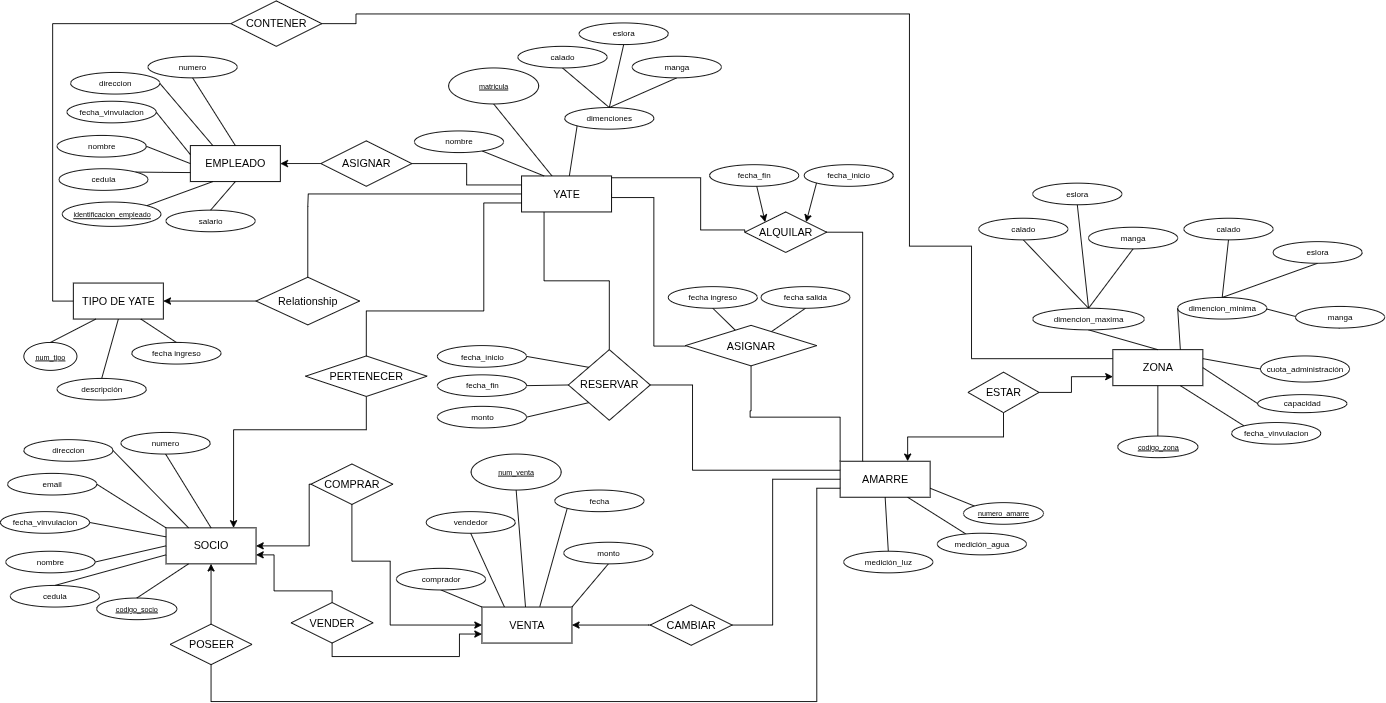
This is docs/img/diagrams-ER.png from XhuaShell/projet_management_yacht_system, a draw.io export, as it was before one commit. Source tidied: cells renumbered, new cells last; positions are measured from the earlier drawing's top-left corner, leaving out a move shared by most shapes.
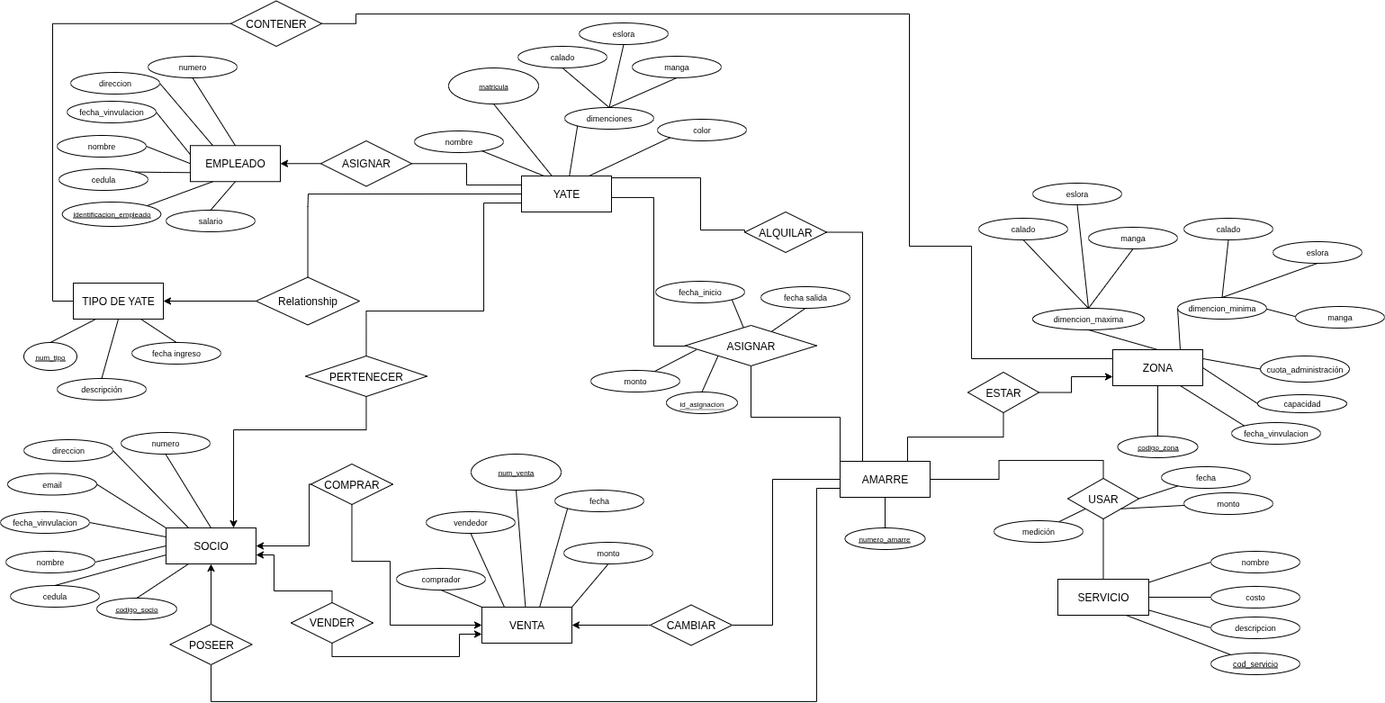
The same diagram one commit later.

Diff of the diagram source:
```diff
@@ -6,9 +6,7 @@
       <mxGeometry relative="1" as="geometry">
         <Array as="points">
           <mxPoint x="933" y="462" />
-          <mxPoint x="833" y="462" />
-          <mxPoint x="833" y="455" />
-          <mxPoint x="834" y="455" />
+          <mxPoint x="834" y="462" />
         </Array>
       </mxGeometry>
     </mxCell>
@@ -34,7 +32,7 @@
     <mxCell id="6" value="COMPRAR" style="shape=rhombus;perimeter=rhombusPerimeter;whiteSpace=wrap;html=1;align=center;" parent="1" vertex="1">
       <mxGeometry x="345" y="514" width="91" height="45" as="geometry" />
     </mxCell>
-    <mxCell id="7" style="rounded=0;jettySize=auto;html=1;entryX=0.5;entryY=1;entryDx=0;entryDy=0;endArrow=none;endFill=0;" parent="1" edge="1" source="9" target="47">
+    <mxCell id="7" style="rounded=0;jettySize=auto;html=1;endArrow=none;endFill=0;entryX=1;entryY=1;entryDx=0;entryDy=0;" parent="1" edge="1" source="9" target="137">
       <mxGeometry relative="1" as="geometry" />
     </mxCell>
     <mxCell id="8" style="rounded=0;jettySize=auto;html=1;entryX=0.5;entryY=1;entryDx=0;entryDy=0;endArrow=none;endFill=0;" parent="1" edge="1" source="9" target="48">
@@ -49,7 +47,7 @@
     <mxCell id="11" value="ASIGNAR" style="shape=rhombus;perimeter=rhombusPerimeter;whiteSpace=wrap;html=1;align=center;" parent="1" vertex="1">
       <mxGeometry x="356" y="155" width="101" height="50.5" as="geometry" />
     </mxCell>
-    <mxCell id="12" style="edgeStyle=orthogonalEdgeStyle;rounded=0;jettySize=auto;html=1;endArrow=classic;endFill=1;entryX=0.75;entryY=0;entryDx=0;entryDy=0;exitX=0.5;exitY=1;exitDx=0;exitDy=0;" parent="1" edge="1" source="133" target="26">
+    <mxCell id="12" style="edgeStyle=orthogonalEdgeStyle;rounded=0;jettySize=auto;html=1;endArrow=none;endFill=0;entryX=0.75;entryY=0;entryDx=0;entryDy=0;exitX=0.5;exitY=1;exitDx=0;exitDy=0;" parent="1" edge="1" source="133" target="26">
       <mxGeometry relative="1" as="geometry">
         <Array as="points">
           <mxPoint x="1115" y="484" />
@@ -57,7 +55,7 @@
         </Array>
       </mxGeometry>
     </mxCell>
-    <mxCell id="13" style="edgeStyle=orthogonalEdgeStyle;rounded=0;jettySize=auto;html=1;entryX=0;entryY=0.75;entryDx=0;entryDy=0;exitX=1;exitY=0.5;exitDx=0;exitDy=0;" parent="1" edge="1" source="133" target="40">
+    <mxCell id="13" style="edgeStyle=orthogonalEdgeStyle;rounded=0;jettySize=auto;html=1;entryX=0;entryY=0.75;entryDx=0;entryDy=0;exitX=1;exitY=0.5;exitDx=0;exitDy=0;endArrow=classic;endFill=1;" parent="1" edge="1" source="133" target="40">
       <mxGeometry relative="1" as="geometry">
         <Array as="points">
           <mxPoint x="1190" y="434" />
@@ -118,9 +116,6 @@
     <mxCell id="21" value="TIPO DE YATE" style="whiteSpace=wrap;html=1;align=center;" parent="1" vertex="1">
       <mxGeometry x="81" y="313" width="100" height="40" as="geometry" />
     </mxCell>
-    <mxCell id="22" style="edgeStyle=orthogonalEdgeStyle;rounded=0;jettySize=auto;html=1;exitX=0.25;exitY=1;exitDx=0;exitDy=0;entryX=0.5;entryY=0;entryDx=0;entryDy=0;endArrow=none;endFill=0;" parent="1" edge="1" source="25" target="140">
-      <mxGeometry relative="1" as="geometry" />
-    </mxCell>
     <mxCell id="23" style="rounded=0;jettySize=auto;html=1;entryX=0.5;entryY=1;entryDx=0;entryDy=0;endArrow=none;endFill=0;" parent="1" edge="1" source="25" target="66">
       <mxGeometry relative="1" as="geometry" />
     </mxCell>
@@ -130,6 +125,9 @@
     <mxCell id="25" value="YATE" style="whiteSpace=wrap;html=1;align=center;" parent="1" vertex="1">
       <mxGeometry x="579" y="194" width="100" height="40" as="geometry" />
     </mxCell>
+    <mxCell id="145" style="edgeStyle=orthogonalEdgeStyle;rounded=0;jettySize=auto;html=1;entryX=0.5;entryY=0;entryDx=0;entryDy=0;endArrow=none;endFill=0;" parent="1" edge="1" source="26" target="154">
+      <mxGeometry relative="1" as="geometry" />
+    </mxCell>
     <mxCell id="26" value="AMARRE" style="whiteSpace=wrap;html=1;align=center;" parent="1" vertex="1">
       <mxGeometry x="933" y="511" width="100" height="40" as="geometry" />
     </mxCell>
@@ -210,14 +208,6 @@
     <mxCell id="43" value="PERTENECER" style="shape=rhombus;perimeter=rhombusPerimeter;whiteSpace=wrap;html=1;align=center;" parent="1" vertex="1">
       <mxGeometry x="339" y="394" width="135" height="45" as="geometry" />
     </mxCell>
-    <mxCell id="44" style="edgeStyle=orthogonalEdgeStyle;rounded=0;jettySize=auto;html=1;entryX=0;entryY=0.25;entryDx=0;entryDy=0;endArrow=none;endFill=0;exitX=1;exitY=0.5;exitDx=0;exitDy=0;" parent="1" edge="1" source="140" target="26">
-      <mxGeometry relative="1" as="geometry">
-        <Array as="points">
-          <mxPoint x="769" y="426" />
-          <mxPoint x="769" y="521" />
-        </Array>
-      </mxGeometry>
-    </mxCell>
     <mxCell id="45" style="edgeStyle=orthogonalEdgeStyle;rounded=0;jettySize=auto;html=1;exitX=0.5;exitY=1;exitDx=0;exitDy=0;entryX=0;entryY=0.75;entryDx=0;entryDy=0;endArrow=none;endFill=0;" parent="1" edge="1" source="46" target="26">
       <mxGeometry relative="1" as="geometry">
         <Array as="points">
@@ -230,9 +220,6 @@
     <mxCell id="46" value="POSEER" style="shape=rhombus;perimeter=rhombusPerimeter;whiteSpace=wrap;html=1;align=center;" parent="1" vertex="1">
       <mxGeometry x="188.5" y="692" width="91" height="45" as="geometry" />
     </mxCell>
-    <mxCell id="47" value="fecha ingreso" style="ellipse;whiteSpace=wrap;html=1;align=center;fontSize=9;" parent="1" vertex="1">
-      <mxGeometry x="742" y="317" width="99" height="24" as="geometry" />
-    </mxCell>
     <mxCell id="48" value="fecha salida" style="ellipse;whiteSpace=wrap;html=1;align=center;fontSize=9;" parent="1" vertex="1">
       <mxGeometry x="845" y="317" width="99" height="24" as="geometry" />
     </mxCell>
@@ -478,17 +465,11 @@
     <mxCell id="122" style="rounded=0;jettySize=auto;html=1;entryX=0.5;entryY=0;entryDx=0;entryDy=0;endArrow=none;endFill=0;exitX=0.5;exitY=1;exitDx=0;exitDy=0;" parent="1" edge="1" source="38" target="121">
       <mxGeometry relative="1" as="geometry" />
     </mxCell>
-    <mxCell id="123" style="rounded=0;jettySize=auto;html=1;entryX=0.75;entryY=1;entryDx=0;entryDy=0;endArrow=none;endFill=0;" parent="1" edge="1" source="124" target="26">
-      <mxGeometry relative="1" as="geometry" />
-    </mxCell>
-    <mxCell id="124" value="&lt;span style=&quot;color: rgb(0, 0, 0); font-family: Helvetica; font-size: 9px; font-style: normal; font-variant-ligatures: normal; font-variant-caps: normal; letter-spacing: normal; orphans: 2; text-align: center; text-indent: 0px; text-transform: none; widows: 2; word-spacing: 0px; -webkit-text-stroke-width: 0px; white-space: normal; text-decoration-thickness: initial; text-decoration-style: initial; text-decoration-color: initial; float: none; background-color: light-dark(rgb(255, 255, 255), rgb(34, 34, 34)); display: inline !important;&quot;&gt;medición_agua&lt;/span&gt;" style="ellipse;whiteSpace=wrap;html=1;align=center;fontSize=9;fontStyle=0;" parent="1" vertex="1">
-      <mxGeometry x="1041" y="591" width="99" height="24" as="geometry" />
-    </mxCell>
-    <mxCell id="125" style="rounded=0;jettySize=auto;html=1;exitX=0;exitY=0;exitDx=0;exitDy=0;entryX=1;entryY=0.75;entryDx=0;entryDy=0;endArrow=none;endFill=0;" parent="1" edge="1" source="126" target="26">
+    <mxCell id="125" style="rounded=0;jettySize=auto;html=1;exitX=0.5;exitY=0;exitDx=0;exitDy=0;entryX=0.5;entryY=1;entryDx=0;entryDy=0;endArrow=none;endFill=0;" parent="1" edge="1" source="126" target="26">
       <mxGeometry relative="1" as="geometry" />
     </mxCell>
     <mxCell id="126" value="numero_amarre" style="ellipse;whiteSpace=wrap;html=1;align=center;fontStyle=4;fontSize=8;" parent="1" vertex="1">
-      <mxGeometry x="1070" y="557" width="89" height="24" as="geometry" />
+      <mxGeometry x="938.5" y="585" width="89" height="24" as="geometry" />
     </mxCell>
     <mxCell id="127" value="cuota_administración" style="ellipse;whiteSpace=wrap;html=1;align=center;fontSize=9;" parent="1" vertex="1">
       <mxGeometry x="1400" y="394" width="99" height="29" as="geometry" />
@@ -502,47 +483,80 @@
     <mxCell id="130" style="rounded=0;jettySize=auto;html=1;entryX=0;entryY=0.5;entryDx=0;entryDy=0;endArrow=none;endFill=0;exitX=1;exitY=0.5;exitDx=0;exitDy=0;" parent="1" edge="1" source="40" target="129">
       <mxGeometry relative="1" as="geometry" />
     </mxCell>
-    <mxCell id="131" style="rounded=0;jettySize=auto;html=1;exitX=0.5;exitY=0;exitDx=0;exitDy=0;entryX=0.5;entryY=1;entryDx=0;entryDy=0;endArrow=none;endFill=0;" parent="1" edge="1" source="132" target="26">
-      <mxGeometry relative="1" as="geometry" />
-    </mxCell>
-    <mxCell id="132" value="&lt;span style=&quot;color: rgb(0, 0, 0); font-family: Helvetica; font-size: 9px; font-style: normal; font-variant-ligatures: normal; font-variant-caps: normal; letter-spacing: normal; orphans: 2; text-align: center; text-indent: 0px; text-transform: none; widows: 2; word-spacing: 0px; -webkit-text-stroke-width: 0px; white-space: normal; text-decoration-thickness: initial; text-decoration-style: initial; text-decoration-color: initial; float: none; background-color: light-dark(rgb(255, 255, 255), rgb(34, 34, 34)); display: inline !important;&quot;&gt;medición_luz&lt;/span&gt;" style="ellipse;whiteSpace=wrap;html=1;align=center;fontSize=9;fontStyle=0;" parent="1" vertex="1">
-      <mxGeometry x="937" y="611" width="99" height="24" as="geometry" />
-    </mxCell>
     <mxCell id="133" value="ESTAR" style="shape=rhombus;perimeter=rhombusPerimeter;whiteSpace=wrap;html=1;align=center;" parent="1" vertex="1">
       <mxGeometry x="1075" y="412" width="79" height="45" as="geometry" />
     </mxCell>
-    <mxCell id="134" style="rounded=0;jettySize=auto;html=1;endArrow=none;endFill=0;entryX=1;entryY=0.5;entryDx=0;entryDy=0;exitX=0;exitY=0;exitDx=0;exitDy=0;" parent="1" edge="1" source="140" target="137">
-      <mxGeometry relative="1" as="geometry" />
-    </mxCell>
-    <mxCell id="135" style="rounded=0;jettySize=auto;html=1;exitX=0;exitY=1;exitDx=0;exitDy=0;entryX=1;entryY=0.5;entryDx=0;entryDy=0;endArrow=none;endFill=0;" parent="1" edge="1" source="140" target="136">
-      <mxGeometry relative="1" as="geometry" />
-    </mxCell>
     <mxCell id="136" value="monto" style="ellipse;whiteSpace=wrap;html=1;align=center;fontSize=9;" parent="1" vertex="1">
-      <mxGeometry x="485.5" y="450" width="99" height="24" as="geometry" />
+      <mxGeometry x="656" y="410" width="99" height="24" as="geometry" />
     </mxCell>
+    <mxCell id="146" style="rounded=0;jettySize=auto;html=1;entryX=0;entryY=0.5;entryDx=0;entryDy=0;endArrow=none;endFill=0;" parent="1" edge="1" source="149" target="151">
+      <mxGeometry relative="1" as="geometry" />
+    </mxCell>
+    <mxCell id="147" style="rounded=0;jettySize=auto;html=1;entryX=0;entryY=0.5;entryDx=0;entryDy=0;endArrow=none;endFill=0;" parent="1" edge="1" source="149" target="150">
+      <mxGeometry relative="1" as="geometry" />
+    </mxCell>
+    <mxCell id="148" style="rounded=0;jettySize=auto;html=1;entryX=0;entryY=0.5;entryDx=0;entryDy=0;endArrow=none;endFill=0;" parent="1" edge="1" source="149" target="152">
+      <mxGeometry relative="1" as="geometry" />
+    </mxCell>
+    <mxCell id="149" value="SERVICIO" style="whiteSpace=wrap;html=1;align=center;" parent="1" vertex="1">
+      <mxGeometry x="1175" y="642" width="101" height="40" as="geometry" />
+    </mxCell>
+    <mxCell id="150" value="&lt;span style=&quot;background-color: rgb(255, 255, 255);&quot;&gt;costo&lt;/span&gt;" style="ellipse;whiteSpace=wrap;html=1;align=center;fontSize=9;fontStyle=0;" parent="1" vertex="1">
+      <mxGeometry x="1345" y="650" width="99" height="24" as="geometry" />
+    </mxCell>
+    <mxCell id="151" value="&lt;span style=&quot;color: rgb(0, 0, 0); font-family: Helvetica; font-size: 9px; font-style: normal; font-variant-ligatures: normal; font-variant-caps: normal; letter-spacing: normal; orphans: 2; text-align: center; text-indent: 0px; text-transform: none; widows: 2; word-spacing: 0px; -webkit-text-stroke-width: 0px; white-space: normal; text-decoration-thickness: initial; text-decoration-style: initial; text-decoration-color: initial; float: none; background-color: light-dark(rgb(255, 255, 255), rgb(34, 34, 34)); display: inline !important;&quot;&gt;nombre&lt;/span&gt;" style="ellipse;whiteSpace=wrap;html=1;align=center;fontSize=9;fontStyle=0;" parent="1" vertex="1">
+      <mxGeometry x="1345" y="611" width="99" height="24" as="geometry" />
+    </mxCell>
+    <mxCell id="152" value="&lt;span style=&quot;color: rgb(0, 0, 0); font-family: Helvetica; font-size: 9px; font-style: normal; font-variant-ligatures: normal; font-variant-caps: normal; letter-spacing: normal; orphans: 2; text-align: center; text-indent: 0px; text-transform: none; widows: 2; word-spacing: 0px; -webkit-text-stroke-width: 0px; white-space: normal; text-decoration-thickness: initial; text-decoration-style: initial; text-decoration-color: initial; float: none; background-color: light-dark(rgb(255, 255, 255), rgb(34, 34, 34)); display: inline !important;&quot;&gt;descripcion&lt;/span&gt;" style="ellipse;whiteSpace=wrap;html=1;align=center;fontSize=9;fontStyle=0;" parent="1" vertex="1">
+      <mxGeometry x="1345" y="684" width="99" height="24" as="geometry" />
+    </mxCell>
+    <mxCell id="153" style="edgeStyle=orthogonalEdgeStyle;rounded=0;jettySize=auto;html=1;exitX=0.5;exitY=1;exitDx=0;exitDy=0;entryX=0.5;entryY=0;entryDx=0;entryDy=0;endArrow=none;endFill=0;" parent="1" edge="1" source="154" target="149">
+      <mxGeometry relative="1" as="geometry" />
+    </mxCell>
+    <mxCell id="154" value="USAR" style="shape=rhombus;perimeter=rhombusPerimeter;whiteSpace=wrap;html=1;align=center;" parent="1" vertex="1">
+      <mxGeometry x="1186" y="530" width="79" height="45" as="geometry" />
+    </mxCell>
+    <mxCell id="155" style="rounded=0;jettySize=auto;html=1;entryX=0;entryY=1;entryDx=0;entryDy=0;endArrow=none;endFill=0;" parent="1" edge="1" source="156" target="154">
+      <mxGeometry relative="1" as="geometry" />
+    </mxCell>
+    <mxCell id="156" value="&lt;span style=&quot;color: rgb(0, 0, 0); font-family: Helvetica; font-size: 9px; font-style: normal; font-variant-ligatures: normal; font-variant-caps: normal; letter-spacing: normal; orphans: 2; text-align: center; text-indent: 0px; text-transform: none; widows: 2; word-spacing: 0px; -webkit-text-stroke-width: 0px; white-space: normal; text-decoration-thickness: initial; text-decoration-style: initial; text-decoration-color: initial; float: none; background-color: light-dark(rgb(255, 255, 255), rgb(34, 34, 34)); display: inline !important;&quot;&gt;medición&lt;/span&gt;" style="ellipse;whiteSpace=wrap;html=1;align=center;fontSize=9;fontStyle=0;" parent="1" vertex="1">
+      <mxGeometry x="1104" y="577" width="99" height="24" as="geometry" />
+    </mxCell>
+    <mxCell id="157" style="rounded=0;jettySize=auto;html=1;entryX=1;entryY=0.5;entryDx=0;entryDy=0;endArrow=none;endFill=0;" parent="1" edge="1" source="158" target="154">
+      <mxGeometry relative="1" as="geometry" />
+    </mxCell>
+    <mxCell id="158" value="&lt;span style=&quot;color: rgb(0, 0, 0); font-family: Helvetica; font-size: 9px; font-style: normal; font-variant-ligatures: normal; font-variant-caps: normal; letter-spacing: normal; orphans: 2; text-align: center; text-indent: 0px; text-transform: none; widows: 2; word-spacing: 0px; -webkit-text-stroke-width: 0px; white-space: normal; text-decoration-thickness: initial; text-decoration-style: initial; text-decoration-color: initial; float: none; background-color: light-dark(rgb(255, 255, 255), rgb(34, 34, 34)); display: inline !important;&quot;&gt;fecha&lt;/span&gt;" style="ellipse;whiteSpace=wrap;html=1;align=center;fontSize=9;fontStyle=0;" parent="1" vertex="1">
+      <mxGeometry x="1290" y="517" width="99" height="24" as="geometry" />
+    </mxCell>
+    <mxCell id="159" style="rounded=0;jettySize=auto;html=1;entryX=1;entryY=1;entryDx=0;entryDy=0;endArrow=none;endFill=0;" parent="1" edge="1" source="160" target="154">
+      <mxGeometry relative="1" as="geometry" />
+    </mxCell>
+    <mxCell id="160" value="&lt;span style=&quot;color: rgb(0, 0, 0); font-family: Helvetica; font-size: 9px; font-style: normal; font-variant-ligatures: normal; font-variant-caps: normal; letter-spacing: normal; orphans: 2; text-align: center; text-indent: 0px; text-transform: none; widows: 2; word-spacing: 0px; -webkit-text-stroke-width: 0px; white-space: normal; text-decoration-thickness: initial; text-decoration-style: initial; text-decoration-color: initial; float: none; background-color: light-dark(rgb(255, 255, 255), rgb(34, 34, 34)); display: inline !important;&quot;&gt;monto&lt;/span&gt;" style="ellipse;whiteSpace=wrap;html=1;align=center;fontSize=9;fontStyle=0;" parent="1" vertex="1">
+      <mxGeometry x="1315" y="546" width="99" height="24" as="geometry" />
+    </mxCell>
+    <mxCell id="161" value="color" style="ellipse;whiteSpace=wrap;html=1;align=center;fontSize=9;" parent="1" vertex="1">
+      <mxGeometry x="730" y="131" width="99" height="24" as="geometry" />
+    </mxCell>
+    <mxCell id="162" style="rounded=0;jettySize=auto;html=1;exitX=0.75;exitY=0;exitDx=0;exitDy=0;entryX=0;entryY=1;entryDx=0;entryDy=0;endArrow=none;endFill=0;" parent="1" edge="1" source="25" target="161">
+      <mxGeometry relative="1" as="geometry" />
+    </mxCell>
     <mxCell id="137" value="fecha_inicio" style="ellipse;whiteSpace=wrap;html=1;align=center;fontSize=9;" parent="1" vertex="1">
-      <mxGeometry x="485.5" y="382.5" width="99" height="24" as="geometry" />
+      <mxGeometry x="728" y="311" width="99" height="24" as="geometry" />
     </mxCell>
-    <mxCell id="138" value="fecha_fin" style="ellipse;whiteSpace=wrap;html=1;align=center;fontSize=9;" parent="1" vertex="1">
-      <mxGeometry x="485.5" y="415" width="99" height="24" as="geometry" />
-    </mxCell>
-    <mxCell id="139" style="rounded=0;jettySize=auto;html=1;entryX=1;entryY=0.5;entryDx=0;entryDy=0;endArrow=none;endFill=0;exitX=0;exitY=0.5;exitDx=0;exitDy=0;" parent="1" edge="1" source="140" target="138">
-      <mxGeometry relative="1" as="geometry" />
-    </mxCell>
-    <mxCell id="140" value="RESERVAR" style="shape=rhombus;perimeter=rhombusPerimeter;whiteSpace=wrap;html=1;align=center;" parent="1" vertex="1">
-      <mxGeometry x="631" y="387" width="91" height="78.5" as="geometry" />
-    </mxCell>
-    <mxCell id="141" style="rounded=0;jettySize=auto;html=1;entryX=0;entryY=0;entryDx=0;entryDy=0;" parent="1" edge="1" source="142" target="15">
-      <mxGeometry relative="1" as="geometry" />
-    </mxCell>
-    <mxCell id="142" value="fecha_fin" style="ellipse;whiteSpace=wrap;html=1;align=center;fontSize=9;" parent="1" vertex="1">
-      <mxGeometry x="788" y="181.5" width="99" height="24" as="geometry" />
-    </mxCell>
-    <mxCell id="143" style="rounded=0;jettySize=auto;html=1;entryX=1;entryY=0;entryDx=0;entryDy=0;exitX=0;exitY=1;exitDx=0;exitDy=0;" parent="1" edge="1" source="144" target="15">
-      <mxGeometry relative="1" as="geometry" />
-    </mxCell>
-    <mxCell id="144" value="fecha_inicio" style="ellipse;whiteSpace=wrap;html=1;align=center;fontSize=9;" parent="1" vertex="1">
-      <mxGeometry x="893" y="181.5" width="99" height="24" as="geometry" />
-    </mxCell>
+    <mxCell id="163" style="rounded=0;jettySize=auto;html=1;entryX=0;entryY=1;entryDx=0;entryDy=0;endArrow=none;endFill=0;exitX=0.5;exitY=0;exitDx=0;exitDy=0;" parent="1" edge="1" source="165" target="9">
+      <mxGeometry relative="1" as="geometry" />
+    </mxCell>
+    <mxCell id="164" style="rounded=0;jettySize=auto;html=1;entryX=0.084;entryY=0.603;entryDx=0;entryDy=0;entryPerimeter=0;endArrow=none;endFill=0;" parent="1" edge="1" source="136" target="9">
+      <mxGeometry relative="1" as="geometry" />
+    </mxCell>
+    <mxCell id="165" value="&lt;span style=&quot;border-bottom: 1px dotted&quot;&gt;&lt;font style=&quot;font-size: 8px;&quot;&gt;id_asignacion&lt;/font&gt;&lt;/span&gt;" style="ellipse;whiteSpace=wrap;html=1;align=center;" parent="1" vertex="1">
+      <mxGeometry x="740" y="434" width="79" height="24" as="geometry" />
+    </mxCell>
+    <mxCell id="166" style="rounded=0;jettySize=auto;html=1;entryX=0.75;entryY=1;entryDx=0;entryDy=0;endArrow=none;endFill=0;" parent="1" edge="1" source="167" target="149">
+      <mxGeometry relative="1" as="geometry" />
+    </mxCell>
+    <mxCell id="167" value="&lt;span style=&quot;background-color: rgb(255, 255, 255);&quot;&gt;&lt;u&gt;cod_servicio&lt;/u&gt;&lt;/span&gt;" style="ellipse;whiteSpace=wrap;html=1;align=center;fontSize=9;fontStyle=0;" parent="1" vertex="1">
+      <mxGeometry x="1345" y="724" width="99" height="24" as="geometry" />
+    </mxCell>
   </root>
 </mxGraphModel>
```
